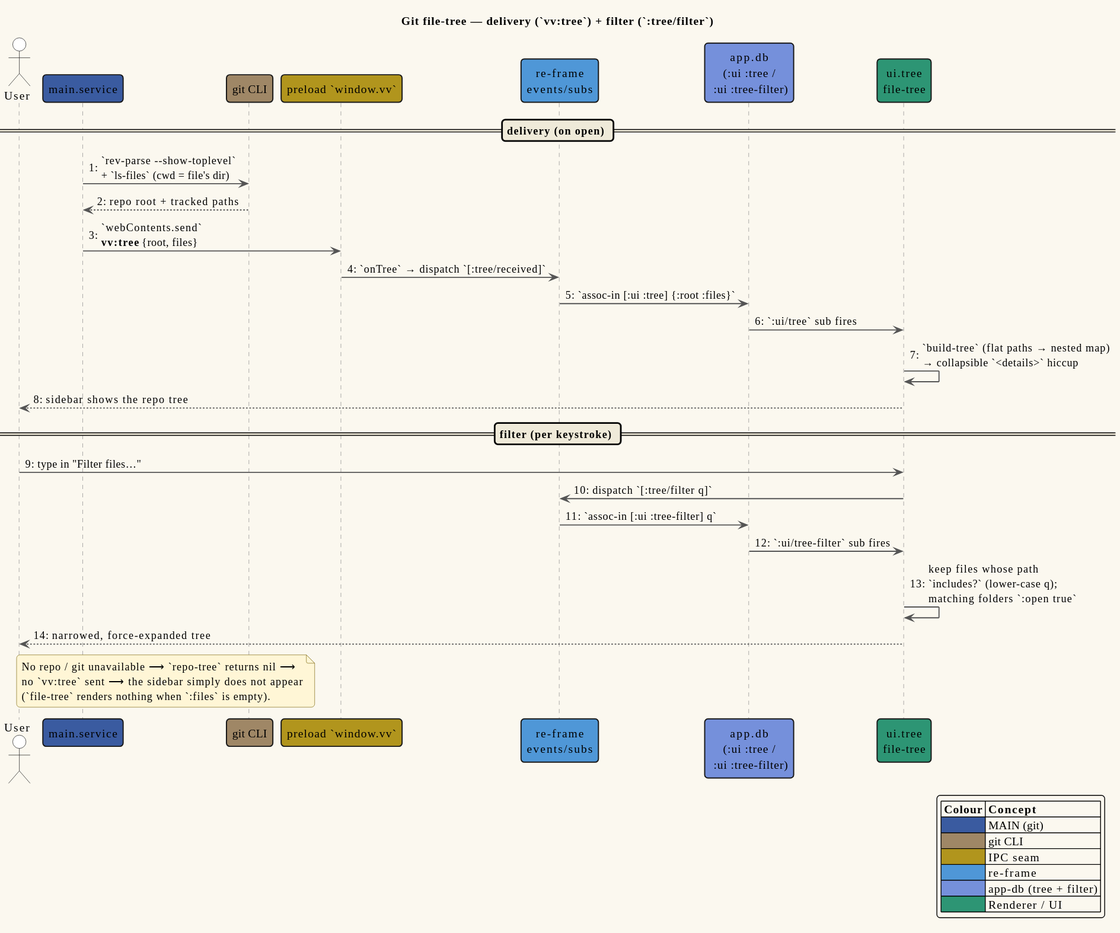
Before: docs/diagrams/seq-tree.svg, a diagram exported from PlantUML (vinary-tree/vinary-viewer). Its source is kept beside it as docs/diagrams/seq-tree.puml.
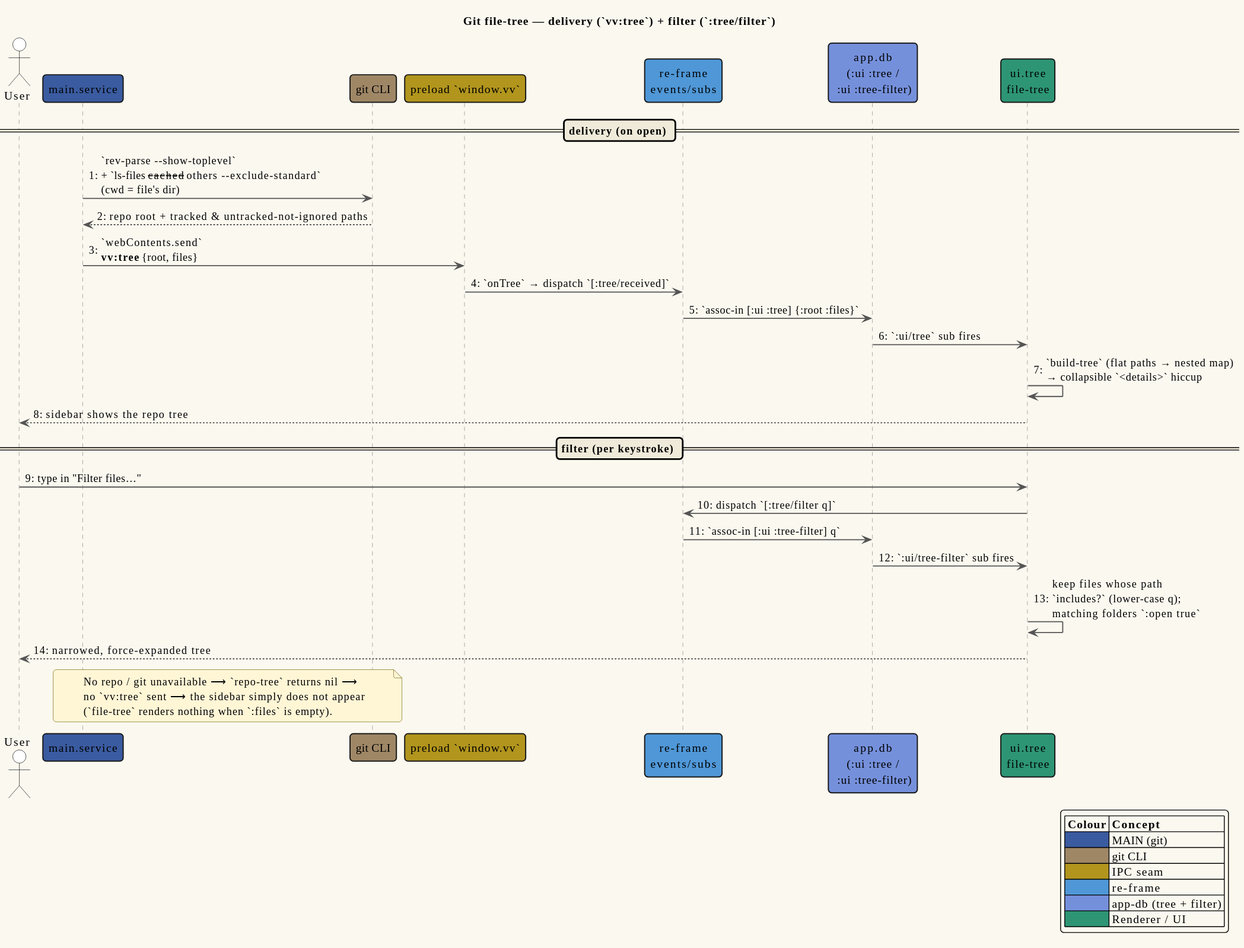
Later version of the same file.

Change to the diagram source:
```diff
@@ -14,8 +14,8 @@
 participant "ui.tree\nfile-tree" as Tree RENDERER_COLOR
 
 == delivery (on open) ==
-Svc -> Git : `rev-parse --show-toplevel`\n+ `ls-files` (cwd = file's dir)
-Git --> Svc : repo root + tracked paths
+Svc -> Git : `rev-parse --show-toplevel`\n+ `ls-files --cached --others --exclude-standard`\n(cwd = file's dir)
+Git --> Svc : repo root + tracked & untracked-not-ignored paths
 Svc -> Vv : `webContents.send`\n**vv:tree** {root, files}
 Vv -> RF : `onTree` → dispatch `[:tree/received]`
 RF -> Db : `assoc-in [:ui :tree] {:root :files}`
```
